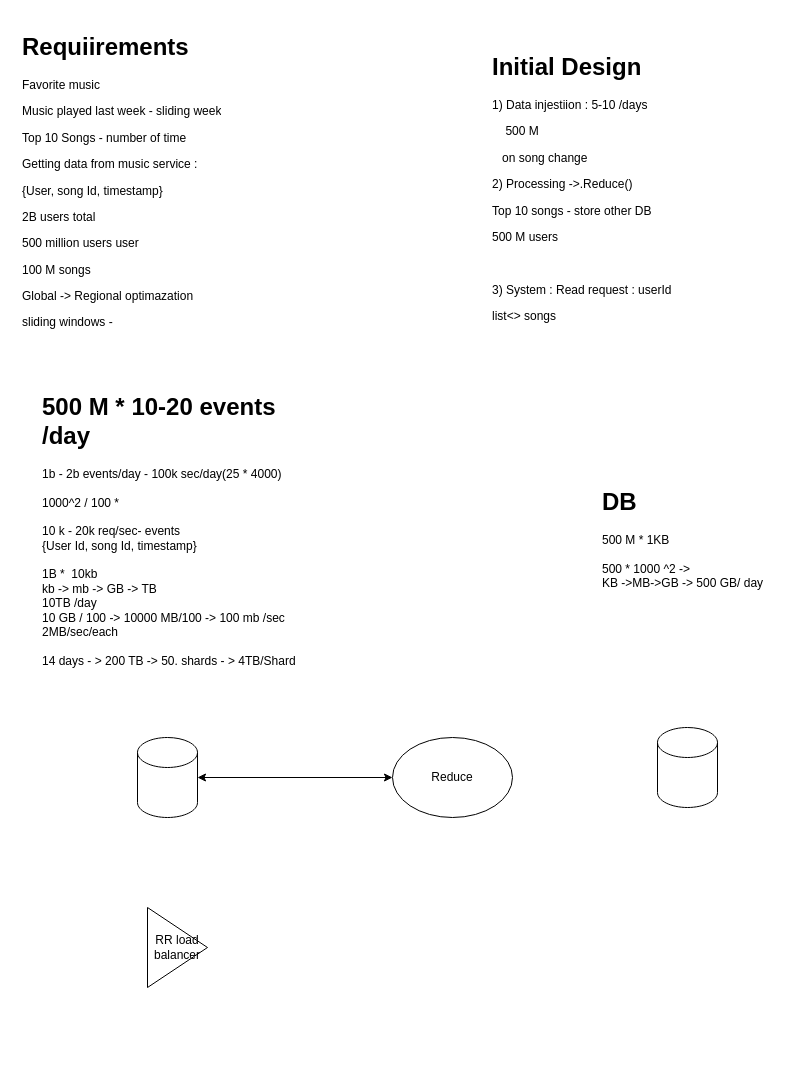
ashwiniadlakha/draw_io keeps this draw.io diagram as page "Page-2" (2 of 3) of Interview/FB1Design.drawio. Above is the earlier version. Source tidied: cells renumbered, new cells numbered last; positions are measured from the earlier drawing's top-left corner, leaving out a move shared by most shapes. Both pictures are drawn from the tidied source at 100%, with x=0, y=0 at pixel (17, 27).
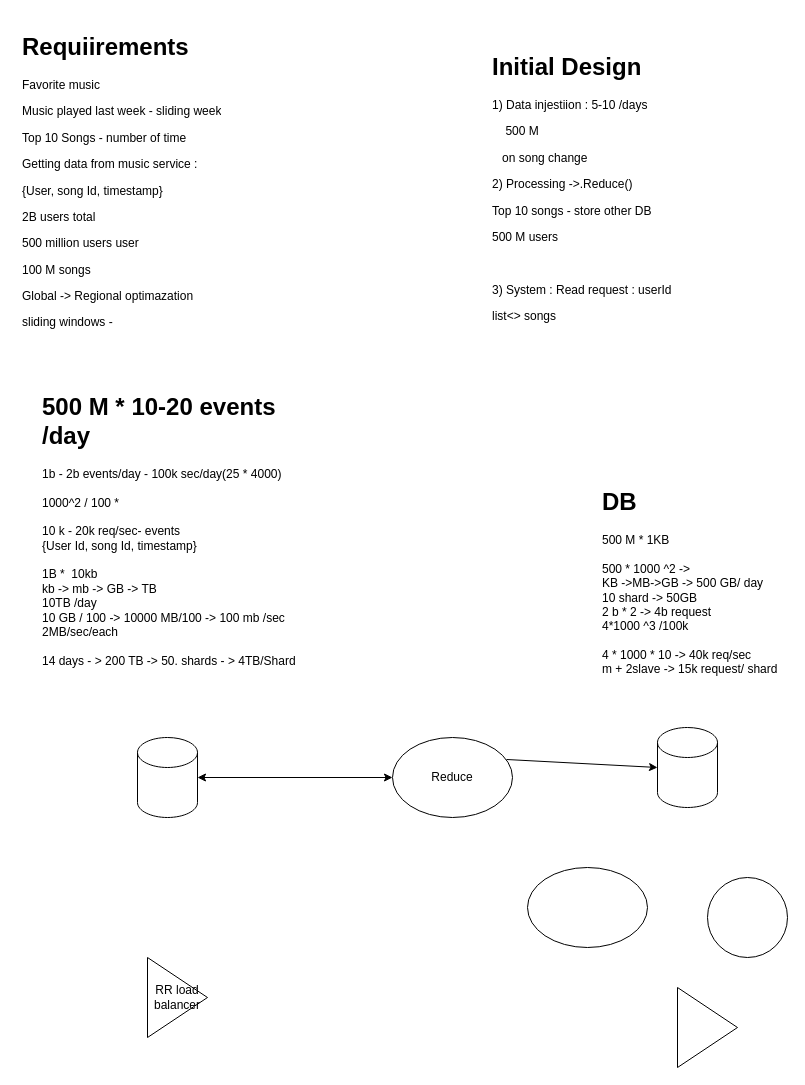
The same diagram, later.

Diff of the diagram source:
```diff
@@
 <mxGraphModel>
   <root>
     <mxCell id="0" />
     <mxCell id="1" parent="0" />
     <mxCell id="2" value="&lt;h1&gt;Requiirements&lt;/h1&gt;&lt;p&gt;Favorite music&lt;/p&gt;&lt;p&gt;Music played last week - sliding week&lt;/p&gt;&lt;p&gt;Top 10 Songs - number of time&lt;/p&gt;&lt;p&gt;Getting data from music service :&amp;nbsp;&lt;/p&gt;&lt;p&gt;{User, song Id, timestamp}&lt;/p&gt;&lt;p&gt;2B users total&lt;/p&gt;&lt;p&gt;500 million users user&lt;/p&gt;&lt;p&gt;100 M songs&lt;/p&gt;&lt;p&gt;Global -&amp;gt; Regional optimazation&lt;/p&gt;&lt;p&gt;sliding windows -&amp;nbsp;&lt;/p&gt;&lt;p&gt;&lt;br&gt;&lt;/p&gt;" style="text;html=1;strokeColor=none;fillColor=none;spacing=5;spacingTop=-20;whiteSpace=wrap;overflow=hidden;rounded=0;" parent="1" vertex="1">
       <mxGeometry width="280" height="390" as="geometry" />
     </mxCell>
     <mxCell id="3" value="&lt;h1&gt;Initial Design&lt;/h1&gt;&lt;p&gt;1) Data injestiion : 5-10 /days&lt;/p&gt;&lt;p&gt;&lt;span style=&quot;white-space: pre&quot;&gt; &lt;/span&gt;&lt;span style=&quot;white-space: pre&quot;&gt; &lt;/span&gt;&lt;span style=&quot;white-space: pre&quot;&gt; &lt;/span&gt;&lt;span style=&quot;white-space: pre&quot;&gt; &lt;/span&gt;500 M&lt;/p&gt;&lt;p&gt;&lt;span style=&quot;white-space: pre&quot;&gt; &lt;/span&gt;&lt;span style=&quot;white-space: pre&quot;&gt; &lt;/span&gt;&lt;span style=&quot;white-space: pre&quot;&gt; &lt;/span&gt;on song change&lt;br&gt;&lt;/p&gt;&lt;p&gt;2) Processing -&amp;gt;.Reduce()&lt;/p&gt;&lt;p&gt;Top 10 songs - store other DB&lt;/p&gt;&lt;p&gt;500 M users&lt;/p&gt;&lt;p&gt;&lt;br&gt;&lt;/p&gt;&lt;p&gt;3) System : Read request : userId&amp;nbsp;&lt;/p&gt;&lt;p&gt;list&amp;lt;&amp;gt; songs&amp;nbsp;&lt;/p&gt;&lt;p&gt;&lt;br&gt;&lt;/p&gt;&lt;p&gt;&lt;br&gt;&lt;/p&gt;" style="text;html=1;strokeColor=none;fillColor=none;spacing=5;spacingTop=-20;whiteSpace=wrap;overflow=hidden;rounded=0;" parent="1" vertex="1">
       <mxGeometry x="470" y="20" width="200" height="320" as="geometry" />
     </mxCell>
     <mxCell id="4" style="shape=cylinder3;whiteSpace=wrap;html=1;boundedLbl=1;backgroundOutline=1;size=15;" parent="1" vertex="1">
       <mxGeometry x="120" y="710" width="60" height="80" as="geometry" />
     </mxCell>
     <mxCell id="5" value="&lt;h1&gt;500 M * 10-20 events /day&lt;/h1&gt;&lt;div&gt;1b - 2b events/day - 100k sec/day(25 * 4000)&lt;/div&gt;&lt;div&gt;&lt;br&gt;&lt;/div&gt;&lt;div&gt;1000^2 / 100 *&amp;nbsp;&lt;/div&gt;&lt;div&gt;&lt;br&gt;&lt;/div&gt;&lt;div&gt;10 k - 20k req/sec- events&lt;/div&gt;&lt;div&gt;{User Id, song Id, timestamp}&lt;br&gt;&lt;/div&gt;&lt;div&gt;&lt;br&gt;&lt;/div&gt;&lt;div&gt;1B *&amp;nbsp; 10kb&amp;nbsp;&lt;/div&gt;&lt;div&gt;kb -&amp;gt; mb -&amp;gt; GB -&amp;gt; TB&lt;/div&gt;&lt;div&gt;10TB /day&lt;/div&gt;&lt;div&gt;10 GB / 100 -&amp;gt; 10000 MB/100 -&amp;gt; 100 mb /sec&lt;/div&gt;&lt;div&gt;2MB/sec/each&lt;/div&gt;&lt;div&gt;&lt;br&gt;&lt;/div&gt;&lt;div&gt;14 days - &amp;gt; 200 TB -&amp;gt; 50. shards - &amp;gt; 4TB/Shard&lt;/div&gt;&lt;div&gt;&lt;br&gt;&lt;/div&gt;" style="text;html=1;strokeColor=none;fillColor=none;spacing=5;spacingTop=-20;whiteSpace=wrap;overflow=hidden;rounded=0;" parent="1" vertex="1">
       <mxGeometry x="20" y="360" width="290" height="310" as="geometry" />
     </mxCell>
     <mxCell id="6" value="RR load balancer" style="triangle;whiteSpace=wrap;html=1;" parent="1" vertex="1">
-      <mxGeometry x="130" y="880" width="60" height="80" as="geometry" />
+      <mxGeometry x="130" y="930" width="60" height="80" as="geometry" />
     </mxCell>
     <mxCell id="7" value="Reduce" style="ellipse;whiteSpace=wrap;html=1;" parent="1" vertex="1">
       <mxGeometry x="375" y="710" width="120" height="80" as="geometry" />
     </mxCell>
     <mxCell id="8" style="endArrow=classic;startArrow=classic;html=1;rounded=0;exitX=1;exitY=0.5;exitDx=0;exitDy=0;exitPerimeter=0;entryX=0;entryY=0.5;entryDx=0;entryDy=0;" parent="1" edge="1" source="4" target="7">
       <mxGeometry relative="1" as="geometry" />
     </mxCell>
     <mxCell id="9" style="shape=cylinder3;whiteSpace=wrap;html=1;boundedLbl=1;backgroundOutline=1;size=15;" parent="1" vertex="1">
       <mxGeometry x="640" y="700" width="60" height="80" as="geometry" />
     </mxCell>
-    <mxCell id="10" value="&lt;h1&gt;DB&amp;nbsp;&lt;/h1&gt;&lt;div&gt;500 M * 1KB&lt;/div&gt;&lt;div&gt;&lt;br&gt;&lt;/div&gt;&lt;div&gt;500 * 1000 ^2 -&amp;gt;&lt;/div&gt;&lt;div&gt;KB -&amp;gt;MB-&amp;gt;GB -&amp;gt; 500 GB/ day&lt;/div&gt;" style="text;html=1;strokeColor=none;fillColor=none;spacing=5;spacingTop=-20;whiteSpace=wrap;overflow=hidden;rounded=0;" parent="1" vertex="1">
-      <mxGeometry x="580" y="455" width="190" height="165" as="geometry" />
+    <mxCell id="10" value="&lt;h1&gt;DB&amp;nbsp;&lt;/h1&gt;&lt;div&gt;500 M * 1KB&lt;/div&gt;&lt;div&gt;&lt;br&gt;&lt;/div&gt;&lt;div&gt;500 * 1000 ^2 -&amp;gt;&lt;/div&gt;&lt;div&gt;KB -&amp;gt;MB-&amp;gt;GB -&amp;gt; 500 GB/ day&lt;/div&gt;&lt;div&gt;10 shard -&amp;gt; 50GB&lt;/div&gt;&lt;div&gt;2 b * 2 -&amp;gt; 4b request&lt;/div&gt;&lt;div&gt;4*1000 ^3 /100k&lt;/div&gt;&lt;div&gt;&lt;br&gt;&lt;/div&gt;&lt;div&gt;4 * 1000 * 10 -&amp;gt; 40k req/sec&lt;/div&gt;&lt;div&gt;m + 2slave -&amp;gt; 15k request/ shard&lt;/div&gt;" style="text;html=1;strokeColor=none;fillColor=none;spacing=5;spacingTop=-20;whiteSpace=wrap;overflow=hidden;rounded=0;" parent="1" vertex="1">
+      <mxGeometry x="580" y="455" width="190" height="215" as="geometry" />
     </mxCell>
+    <mxCell id="11" style="triangle;whiteSpace=wrap;html=1;" parent="1" vertex="1">
+      <mxGeometry x="660" y="960" width="60" height="80" as="geometry" />
+    </mxCell>
+    <mxCell id="12" style="endArrow=classic;html=1;rounded=0;entryX=0;entryY=0.5;entryDx=0;entryDy=0;entryPerimeter=0;exitX=0.95;exitY=0.275;exitDx=0;exitDy=0;exitPerimeter=0;" parent="1" edge="1" source="7" target="9">
+      <mxGeometry relative="1" as="geometry" />
+    </mxCell>
+    <mxCell id="13" style="ellipse;whiteSpace=wrap;html=1;" parent="1" vertex="1">
+      <mxGeometry x="690" y="850" width="80" height="80" as="geometry" />
+    </mxCell>
+    <mxCell id="14" style="ellipse;whiteSpace=wrap;html=1;" parent="1" vertex="1">
+      <mxGeometry x="510" y="840" width="120" height="80" as="geometry" />
+    </mxCell>
   </root>
 </mxGraphModel>
```
